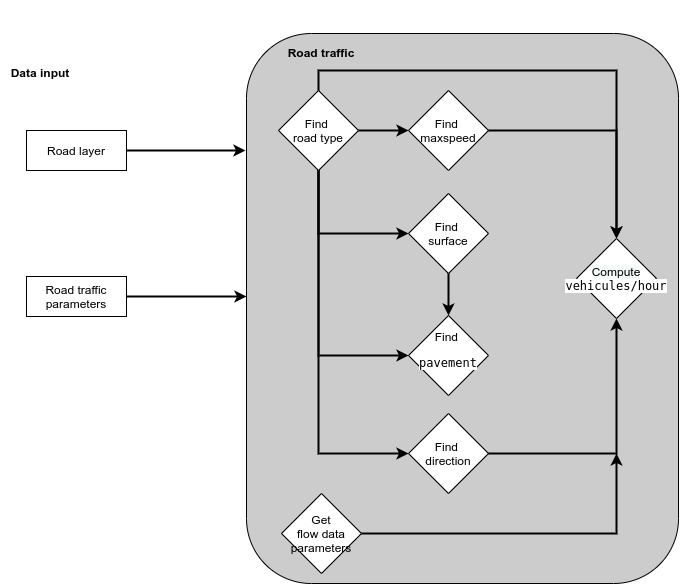
Above: docs/resources/images/geoclimate_processing_road_traffic.png in orbisgis/geoclimate (draw.io), before the change. Source tidied: cells renumbered, new cells last; positions are measured from the earlier drawing's top-left corner, leaving out a move shared by most shapes.
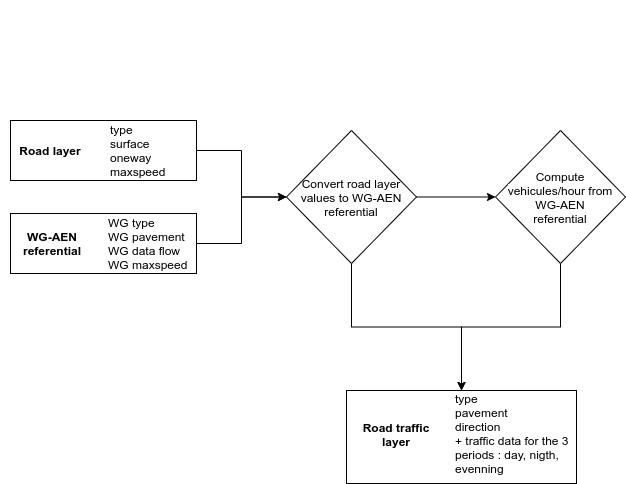
Later version of the same file.

Change to the diagram source:
```diff
@@ -2,45 +2,21 @@
   <root>
     <mxCell id="0" />
     <mxCell id="1" parent="0" />
-    <mxCell id="2" style="rounded=1;whiteSpace=wrap;html=1;fillColor=#CCCCCC;" parent="1" vertex="1">
-      <mxGeometry x="246" y="31" width="432" height="550" as="geometry" />
-    </mxCell>
-    <mxCell id="3" style="edgeStyle=none;rounded=0;jettySize=auto;html=1;exitX=1;exitY=0.5;exitDx=0;exitDy=0;strokeWidth=2;" parent="1" edge="1" source="8" target="16">
-      <mxGeometry relative="1" as="geometry" />
-    </mxCell>
-    <mxCell id="4" style="edgeStyle=orthogonalEdgeStyle;rounded=0;jettySize=auto;html=1;exitX=0.5;exitY=1;exitDx=0;exitDy=0;strokeWidth=2;entryX=0;entryY=0.5;entryDx=0;entryDy=0;" parent="1" edge="1" source="8" target="17">
-      <mxGeometry relative="1" as="geometry">
-        <Array as="points">
-          <mxPoint x="318" y="353" />
-        </Array>
-      </mxGeometry>
-    </mxCell>
-    <mxCell id="5" style="edgeStyle=orthogonalEdgeStyle;rounded=0;jettySize=auto;html=1;exitX=0.5;exitY=1;exitDx=0;exitDy=0;strokeWidth=2;entryX=0;entryY=0.5;entryDx=0;entryDy=0;" parent="1" edge="1" source="8" target="22">
-      <mxGeometry relative="1" as="geometry" />
-    </mxCell>
-    <mxCell id="6" style="edgeStyle=orthogonalEdgeStyle;rounded=0;jettySize=auto;html=1;exitX=0.5;exitY=1;exitDx=0;exitDy=0;entryX=0;entryY=0.5;entryDx=0;entryDy=0;strokeWidth=2;" parent="1" edge="1" source="8" target="20">
-      <mxGeometry relative="1" as="geometry" />
-    </mxCell>
-    <mxCell id="7" style="edgeStyle=orthogonalEdgeStyle;rounded=0;jettySize=auto;html=1;exitX=0.5;exitY=0;exitDx=0;exitDy=0;entryX=0.5;entryY=0;entryDx=0;entryDy=0;strokeWidth=2;" parent="1" edge="1" source="8" target="18">
-      <mxGeometry relative="1" as="geometry" />
-    </mxCell>
-    <mxCell id="8" value="Find &lt;br&gt;road type" style="rhombus;whiteSpace=wrap;html=1;" parent="1" vertex="1">
-      <mxGeometry x="278" y="88" width="80" height="80" as="geometry" />
-    </mxCell>
-    <mxCell id="9" style="edgeStyle=orthogonalEdgeStyle;rounded=0;jettySize=auto;html=1;exitX=1;exitY=0.5;exitDx=0;exitDy=0;strokeWidth=2;" parent="1" edge="1" source="10">
-      <mxGeometry relative="1" as="geometry">
-        <mxPoint x="245" y="148" as="targetPoint" />
-        <Array as="points">
-          <mxPoint x="245" y="148" />
-        </Array>
-      </mxGeometry>
-    </mxCell>
+    <mxCell id="27" style="edgeStyle=orthogonalEdgeStyle;rounded=0;jettySize=auto;html=1;exitX=1;exitY=0.5;exitDx=0;exitDy=0;" parent="1" edge="1" source="28" target="35">
+      <mxGeometry relative="1" as="geometry" />
+    </mxCell>
+    <mxCell id="28" style="rounded=0;whiteSpace=wrap;html=1;fillColor=none;align=left;" parent="1" vertex="1">
+      <mxGeometry y="211" width="186" height="60" as="geometry" />
+    </mxCell>
+    <mxCell id="29" style="edgeStyle=orthogonalEdgeStyle;rounded=0;jettySize=auto;html=1;exitX=1;exitY=0.5;exitDx=0;exitDy=0;entryX=0;entryY=0.5;entryDx=0;entryDy=0;" parent="1" edge="1" source="30" target="35">
+      <mxGeometry relative="1" as="geometry" />
+    </mxCell>
+    <mxCell id="30" style="rounded=0;whiteSpace=wrap;html=1;fillColor=none;align=left;" parent="1" vertex="1">
+      <mxGeometry y="118" width="186" height="60" as="geometry" />
+    </mxCell>
-    <mxCell id="10" value="Road layer" style="rounded=0;whiteSpace=wrap;html=1;" parent="1" vertex="1">
-      <mxGeometry x="26" y="128" width="100" height="40" as="geometry" />
+    <mxCell id="10" value="&lt;b&gt;Road layer&lt;/b&gt;" style="rounded=0;whiteSpace=wrap;html=1;fillColor=none;strokeColor=none;" parent="1" vertex="1">
+      <mxGeometry x="-10" y="128" width="100" height="40" as="geometry" />
     </mxCell>
-    <mxCell id="11" value="&lt;b&gt;Data input&lt;/b&gt;" style="text;html=1;strokeColor=none;fillColor=none;align=center;verticalAlign=middle;whiteSpace=wrap;rounded=0;" parent="1" vertex="1">
-      <mxGeometry y="60" width="80" height="20" as="geometry" />
-    </mxCell>
     <mxCell id="12" style="endArrow=none;html=1;strokeWidth=4;fillColor=#f8cecc;strokeColor=#FFFFFF;" parent="1" edge="1">
       <mxGeometry relative="1" as="geometry">
         <mxPoint x="386" as="sourcePoint" />
@@ -61,48 +37,38 @@
         </Array>
       </mxGeometry>
     </mxCell>
-    <mxCell id="14" value="Road traffic parameters" style="rounded=0;whiteSpace=wrap;html=1;" parent="1" vertex="1">
-      <mxGeometry x="26" y="274" width="100" height="40" as="geometry" />
+    <mxCell id="14" value="&lt;b&gt;WG-AEN referential&lt;/b&gt;" style="rounded=0;whiteSpace=wrap;html=1;fillColor=none;strokeColor=none;" parent="1" vertex="1">
+      <mxGeometry x="-8" y="221" width="100" height="40" as="geometry" />
     </mxCell>
-    <mxCell id="15" style="edgeStyle=orthogonalEdgeStyle;rounded=0;jettySize=auto;html=1;exitX=1;exitY=0.5;exitDx=0;exitDy=0;strokeWidth=2;entryX=0.5;entryY=0;entryDx=0;entryDy=0;" parent="1" edge="1" source="16" target="18">
-      <mxGeometry relative="1" as="geometry" />
-    </mxCell>
-    <mxCell id="16" value="Find &lt;br&gt;maxspeed" style="rhombus;whiteSpace=wrap;html=1;" parent="1" vertex="1">
-      <mxGeometry x="408" y="88" width="80" height="80" as="geometry" />
-    </mxCell>
-    <mxCell id="17" value="Find &lt;br&gt;&lt;pre style=&quot;background-color: rgb(255 , 255 , 255) ; font-family: &amp;#34;dejavu sans mono&amp;#34;&quot;&gt;pavement&lt;/pre&gt;" style="rhombus;whiteSpace=wrap;html=1;" parent="1" vertex="1">
-      <mxGeometry x="408" y="313" width="80" height="80" as="geometry" />
-    </mxCell>
-    <mxCell id="18" value="&lt;span style=&quot;background-color: rgb(248 , 249 , 250)&quot;&gt;Compute&lt;br&gt;&lt;/span&gt;&lt;span style=&quot;background-color: rgb(255 , 255 , 255) ; font-family: &amp;#34;dejavu sans mono&amp;#34;&quot;&gt;vehicules/hour&lt;/span&gt;" style="rhombus;whiteSpace=wrap;html=1;" parent="1" vertex="1">
-      <mxGeometry x="576" y="236" width="80" height="80" as="geometry" />
-    </mxCell>
-    <mxCell id="19" style="edgeStyle=none;rounded=0;jettySize=auto;html=1;exitX=0.5;exitY=1;exitDx=0;exitDy=0;strokeWidth=2;" parent="1" edge="1" source="20" target="17">
-      <mxGeometry relative="1" as="geometry" />
-    </mxCell>
-    <mxCell id="20" value="Find &lt;br&gt;surface" style="rhombus;whiteSpace=wrap;html=1;" parent="1" vertex="1">
-      <mxGeometry x="408" y="191" width="80" height="80" as="geometry" />
-    </mxCell>
-    <mxCell id="21" style="edgeStyle=orthogonalEdgeStyle;rounded=0;jettySize=auto;html=1;exitX=1;exitY=0.5;exitDx=0;exitDy=0;strokeWidth=2;entryX=0.5;entryY=1;entryDx=0;entryDy=0;" parent="1" edge="1" source="22" target="18">
-      <mxGeometry relative="1" as="geometry" />
-    </mxCell>
-    <mxCell id="22" value="Find &lt;br&gt;direction" style="rhombus;whiteSpace=wrap;html=1;" parent="1" vertex="1">
-      <mxGeometry x="408" y="411" width="80" height="80" as="geometry" />
-    </mxCell>
-    <mxCell id="23" style="edgeStyle=orthogonalEdgeStyle;rounded=0;jettySize=auto;html=1;exitX=1;exitY=0.5;exitDx=0;exitDy=0;strokeWidth=2;" parent="1" edge="1" source="14">
-      <mxGeometry relative="1" as="geometry">
-        <mxPoint x="246" y="294" as="targetPoint" />
-      </mxGeometry>
-    </mxCell>
-    <mxCell id="24" value="&lt;b&gt;Road traffic&lt;/b&gt;" style="text;html=1;strokeColor=none;fillColor=none;align=center;verticalAlign=middle;whiteSpace=wrap;rounded=0;" parent="1" vertex="1">
-      <mxGeometry x="281" y="40" width="80" height="20" as="geometry" />
-    </mxCell>
-    <mxCell id="25" style="edgeStyle=orthogonalEdgeStyle;rounded=0;jettySize=auto;html=1;exitX=1;exitY=0.5;exitDx=0;exitDy=0;strokeWidth=2;" parent="1" edge="1" source="26">
-      <mxGeometry relative="1" as="geometry">
-        <mxPoint x="616" y="451" as="targetPoint" />
-      </mxGeometry>
-    </mxCell>
-    <mxCell id="26" value="Get&lt;br&gt;flow data&lt;br&gt;parameters" style="rhombus;whiteSpace=wrap;html=1;" parent="1" vertex="1">
-      <mxGeometry x="281" y="491" width="80" height="80" as="geometry" />
-    </mxCell>
+    <mxCell id="31" value="type&lt;br&gt;surface&lt;br&gt;oneway&lt;br&gt;maxspeed" style="text;html=1;strokeColor=none;fillColor=none;align=left;verticalAlign=middle;whiteSpace=wrap;rounded=0;" parent="1" vertex="1">
+      <mxGeometry x="98" y="113" width="70" height="70" as="geometry" />
+    </mxCell>
+    <mxCell id="32" value="WG type&lt;br&gt;WG pavement&lt;br&gt;WG data flow WG maxspeed" style="text;html=1;strokeColor=none;fillColor=none;align=left;verticalAlign=middle;whiteSpace=wrap;rounded=0;" parent="1" vertex="1">
+      <mxGeometry x="96" y="206" width="84" height="70" as="geometry" />
+    </mxCell>
+    <mxCell id="33" style="edgeStyle=none;rounded=0;jettySize=auto;html=1;exitX=1;exitY=0.5;exitDx=0;exitDy=0;entryX=0;entryY=0.5;entryDx=0;entryDy=0;" parent="1" edge="1" source="35" target="37">
+      <mxGeometry relative="1" as="geometry" />
+    </mxCell>
+    <mxCell id="34" style="edgeStyle=orthogonalEdgeStyle;rounded=0;jettySize=auto;html=1;exitX=0.5;exitY=1;exitDx=0;exitDy=0;entryX=0.5;entryY=0;entryDx=0;entryDy=0;" parent="1" edge="1" source="35" target="38">
+      <mxGeometry relative="1" as="geometry" />
+    </mxCell>
+    <mxCell id="35" value="Convert road layer values to WG-AEN&lt;br&gt;referential" style="rhombus;whiteSpace=wrap;html=1;" parent="1" vertex="1">
+      <mxGeometry x="276" y="128" width="130" height="133" as="geometry" />
+    </mxCell>
+    <mxCell id="36" style="edgeStyle=orthogonalEdgeStyle;rounded=0;jettySize=auto;html=1;exitX=0.5;exitY=1;exitDx=0;exitDy=0;entryX=0.5;entryY=0;entryDx=0;entryDy=0;" parent="1" edge="1" source="37" target="38">
+      <mxGeometry relative="1" as="geometry" />
+    </mxCell>
+    <mxCell id="37" value="Compute&lt;br&gt;&lt;span style=&quot;background-color: rgb(255 , 255 , 255)&quot;&gt;vehicules/hour from WG-AEN&lt;br&gt;referential&lt;br&gt;&lt;/span&gt;" style="rhombus;whiteSpace=wrap;html=1;" parent="1" vertex="1">
+      <mxGeometry x="485" y="128" width="130" height="133" as="geometry" />
+    </mxCell>
+    <mxCell id="38" style="rounded=0;whiteSpace=wrap;html=1;fillColor=none;align=left;" parent="1" vertex="1">
+      <mxGeometry x="336" y="388" width="230" height="93" as="geometry" />
+    </mxCell>
+    <mxCell id="39" value="&lt;b&gt;Road traffic layer&lt;/b&gt;" style="rounded=0;whiteSpace=wrap;html=1;fillColor=none;strokeColor=none;" parent="1" vertex="1">
+      <mxGeometry x="336" y="412" width="100" height="40" as="geometry" />
+    </mxCell>
+    <mxCell id="40" value="type&lt;br&gt;pavement&lt;br&gt;direction&lt;br&gt;+ traffic data for the 3 &lt;br&gt;periods : day, nigth, evenning" style="text;html=1;strokeColor=none;fillColor=none;align=left;verticalAlign=middle;whiteSpace=wrap;rounded=0;" parent="1" vertex="1">
+      <mxGeometry x="443" y="396" width="123" height="70" as="geometry" />
+    </mxCell>
   </root>
 </mxGraphModel>
```
